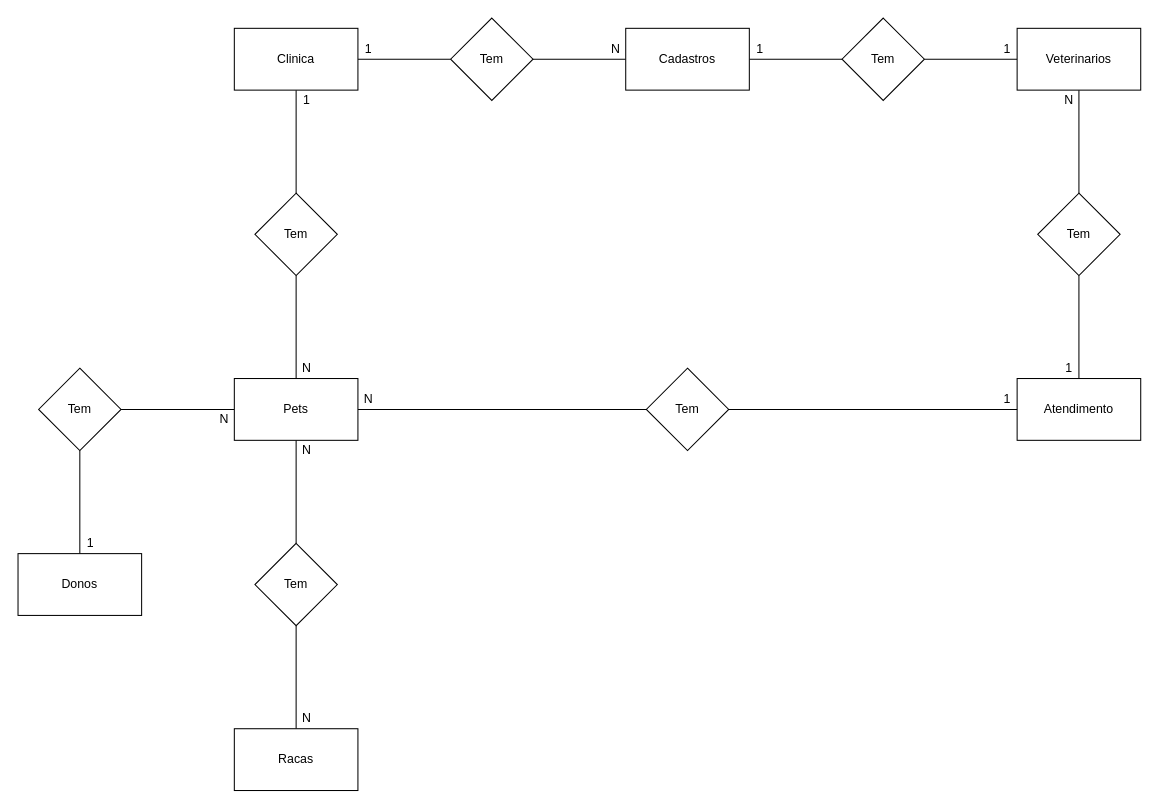
Before: exercicios/1.3-exercicio-pclinics/1.3-resposta-pclinics.drawio in Marcosrobertto/Senai_sprint1_bd, a draw.io diagram. Source tidied: cells renumbered, new cells numbered last; positions are measured from the earlier drawing's top-left corner, leaving out a move shared by most shapes. Both pictures are drawn from the tidied source at 103%, with x=0, y=0 at pixel (18, 18).
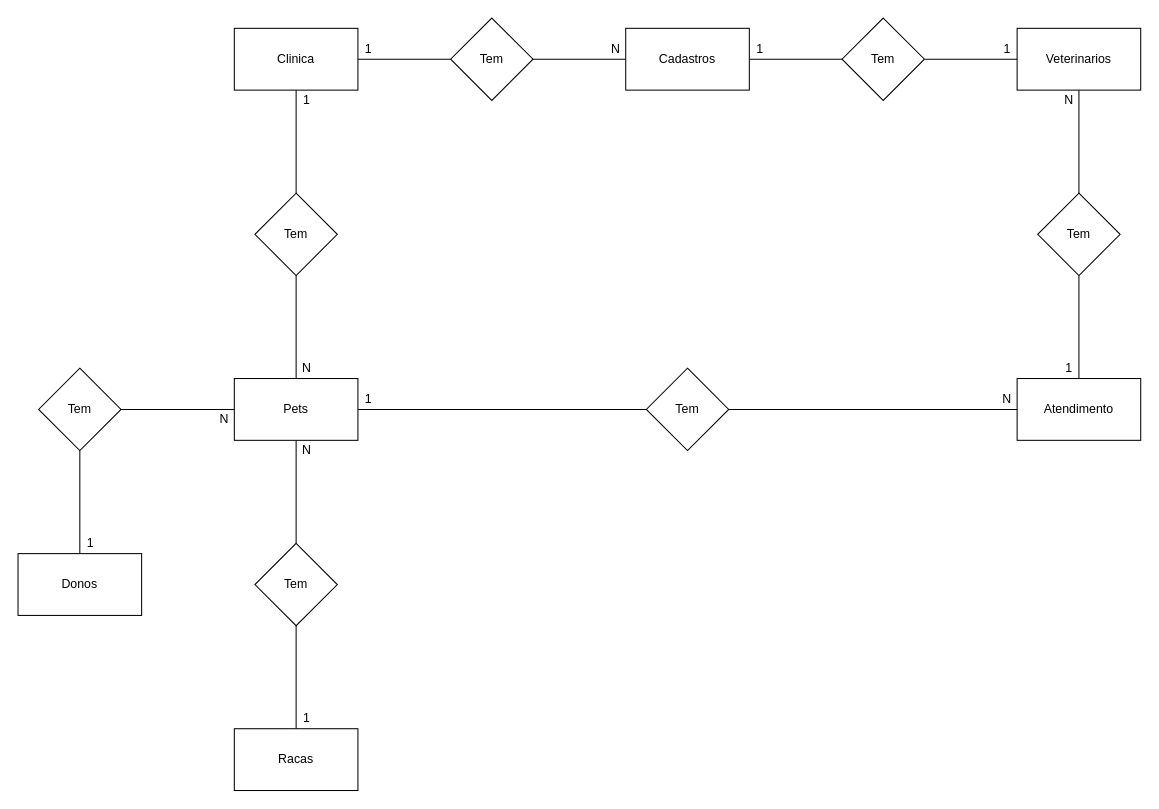
The same page after the edit.

Commit message (it also covers changes not shown here):
Resposta-1.3 Atualizada

Change to the diagram source:
```diff
@@
-    <mxCell id="34" value="N" style="text;html=1;align=center;verticalAlign=middle;" parent="1" vertex="1">
+    <mxCell id="34" value="1" style="text;html=1;align=center;verticalAlign=middle;" parent="1" vertex="1">
       <mxGeometry x="270" y="670" width="20" height="20" as="geometry" />
     </mxCell>
@@
-    <mxCell id="42" value="N" style="text;html=1;align=center;verticalAlign=middle;" parent="1" vertex="1">
+    <mxCell id="42" value="1" style="text;html=1;align=center;verticalAlign=middle;" parent="1" vertex="1">
       <mxGeometry x="330" y="360" width="20" height="20" as="geometry" />
     </mxCell>
-    <mxCell id="43" value="1" style="text;html=1;align=center;verticalAlign=middle;" parent="1" vertex="1">
+    <mxCell id="43" value="N" style="text;html=1;align=center;verticalAlign=middle;" parent="1" vertex="1">
       <mxGeometry x="950" y="360" width="20" height="20" as="geometry" />
     </mxCell>
```
